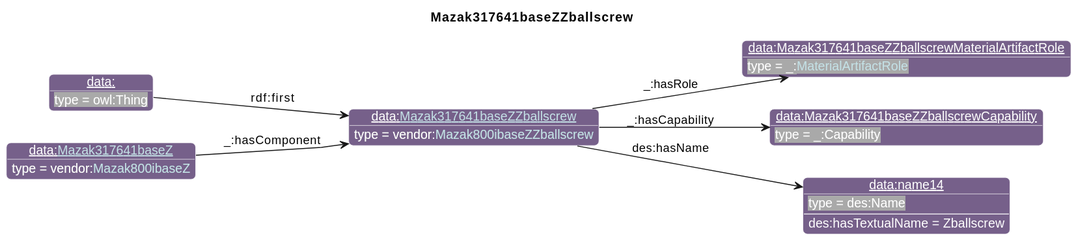
The PlantUML diagram diagrams/Mazak317641baseZZballscrew.svg in iofoundry/example-syseng-mtconnect, before a commit.
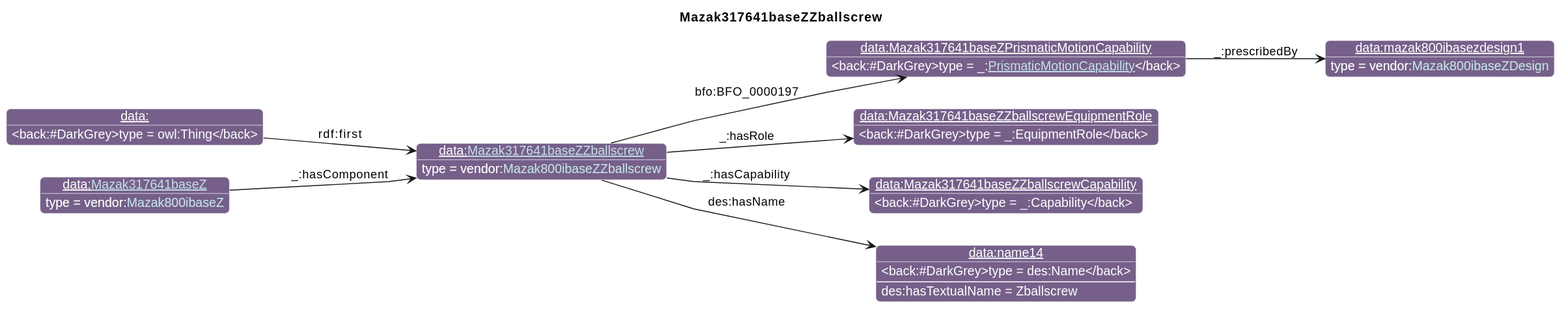
The same diagram one commit later.

What changed in the source:
```diff
@@ -26,15 +26,19 @@
                       "qp":"641B2E"
       }
 individual(o0, data:[[./Mazak317641baseZZballscrew.html Mazak317641baseZZballscrew]], vendor:[[../Mazak.html#Mazak800ibaseZZballscrew Mazak800ibaseZZballscrew]])
-individual(o1, data:Mazak317641baseZZballscrewMaterialArtifactRole, _:[[../MTConnect.html#MaterialArtifactRole MaterialArtifactRole]])
-individual(o2, data:Mazak317641baseZZballscrewCapability, _:Capability)
-individual(o3, data:name14, des:Name)
-individual(o4, data:, owl:Thing)
-individual(o5, data:[[./Mazak317641baseZ.html Mazak317641baseZ]], vendor:[[../Mazak.html#Mazak800ibaseZ Mazak800ibaseZ]])
-property(o0, "_:hasRole", o1)
-property(o0, "_:hasCapability", o2)
-property(o0, "des:hasName", o3)
-data(o3, "des:hasTextualName", "Zballscrew")
-property(o4, "rdf:first", o0)
-property(o5, "_:hasComponent", o0)
+individual(o1, data:Mazak317641baseZPrismaticMotionCapability, _:[[../MTConnect.html#PrismaticMotionCapability PrismaticMotionCapability]])
+individual(o2, data:mazak800ibasezdesign1, vendor:[[../Mazak.html#Mazak800ibaseZDesign Mazak800ibaseZDesign]])
+individual(o3, data:Mazak317641baseZZballscrewEquipmentRole, _:EquipmentRole)
+individual(o4, data:Mazak317641baseZZballscrewCapability, _:Capability)
+individual(o5, data:name14, des:Name)
+individual(o6, data:, owl:Thing)
+individual(o7, data:[[./Mazak317641baseZ.html Mazak317641baseZ]], vendor:[[../Mazak.html#Mazak800ibaseZ Mazak800ibaseZ]])
+property(o0, "bfo:BFO_0000197", o1)
+property(o1, "_:prescribedBy", o2)
+property(o0, "_:hasRole", o3)
+property(o0, "_:hasCapability", o4)
+property(o0, "des:hasName", o5)
+data(o5, "des:hasTextualName", "Zballscrew")
+property(o6, "rdf:first", o0)
+property(o7, "_:hasComponent", o0)
 @enduml
```
